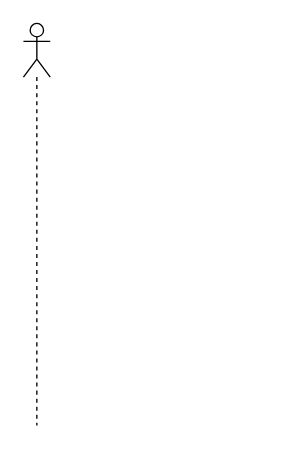
This is page "支付流程" (3 of 3) of 支付中心.drawio from NonePro/UML, a draw.io file, before an edit. Source tidied: cells renumbered, new cells numbered last; positions are measured from the earlier drawing's top-left corner, leaving out a move shared by most shapes. Both pictures are drawn from the tidied source at 134%, with x=0, y=0 at pixel (23, 23).
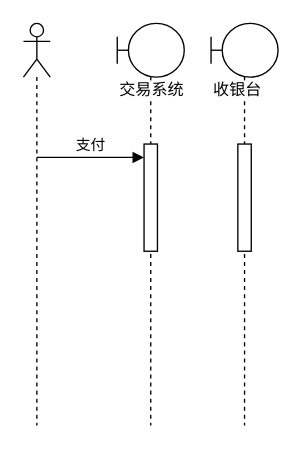
After the change.

Diff of the diagram source:
```diff
@@
 <mxGraphModel>
   <root>
     <mxCell id="0" />
     <mxCell id="1" parent="0" />
     <mxCell id="2" style="shape=umlLifeline;participant=umlActor;perimeter=lifelinePerimeter;whiteSpace=wrap;html=1;verticalAlign=top;spacingTop=36;labelBackgroundColor=#ffffff;align=left;" parent="1" vertex="1">
       <mxGeometry width="20" height="300" as="geometry" />
     </mxCell>
+    <mxCell id="3" value="支付" style="html=1;verticalAlign=bottom;endArrow=block;" parent="2" edge="1">
+      <mxGeometry relative="1" as="geometry">
+        <mxPoint x="10" y="100" as="sourcePoint" />
+        <mxPoint x="90" y="100" as="targetPoint" />
+      </mxGeometry>
+    </mxCell>
+    <mxCell id="4" value="&lt;div style=&quot;text-align: center&quot;&gt;&lt;span&gt;交易系统&lt;/span&gt;&lt;/div&gt;" style="shape=umlLifeline;participant=umlBoundary;perimeter=lifelinePerimeter;whiteSpace=wrap;html=1;verticalAlign=top;spacingTop=36;labelBackgroundColor=#ffffff;align=left;" parent="1" vertex="1">
+      <mxGeometry x="70" width="50" height="300" as="geometry" />
+    </mxCell>
+    <mxCell id="5" style="html=1;perimeter=orthogonalPerimeter;align=left;" parent="4" vertex="1">
+      <mxGeometry x="20" y="90" width="10" height="80" as="geometry" />
+    </mxCell>
+    <mxCell id="6" value="&lt;div style=&quot;text-align: center&quot;&gt;收银台&lt;/div&gt;" style="shape=umlLifeline;participant=umlBoundary;perimeter=lifelinePerimeter;whiteSpace=wrap;html=1;verticalAlign=top;spacingTop=36;labelBackgroundColor=#ffffff;align=left;" parent="1" vertex="1">
+      <mxGeometry x="140" width="50" height="300" as="geometry" />
+    </mxCell>
+    <mxCell id="7" style="html=1;perimeter=orthogonalPerimeter;align=left;" parent="6" vertex="1">
+      <mxGeometry x="20" y="90" width="10" height="80" as="geometry" />
+    </mxCell>
   </root>
 </mxGraphModel>
```
